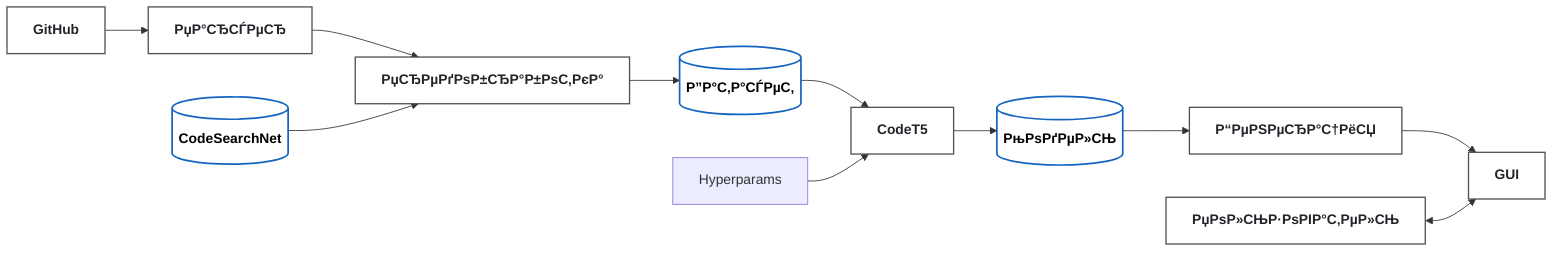
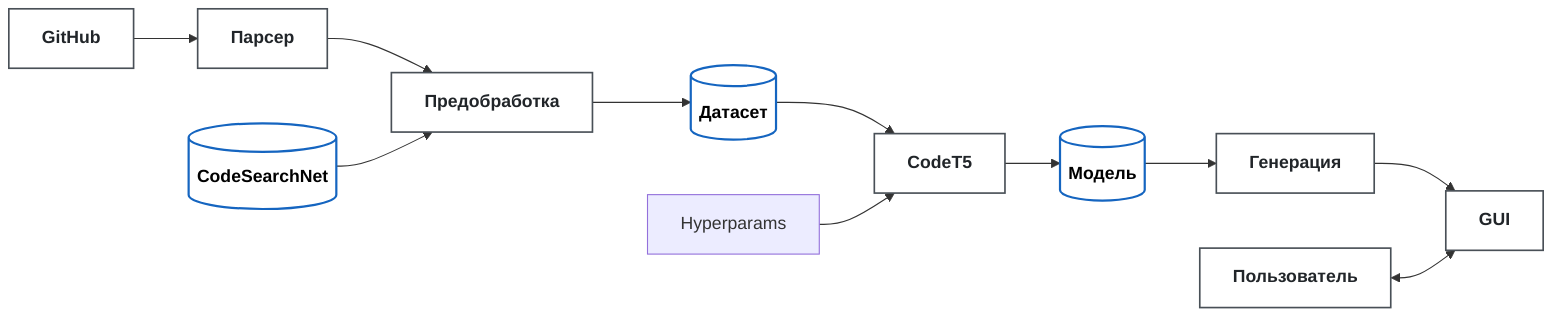
- ﻿%%{init: {'theme': 'default', 'themeVariables': { 'background': '#FFFFFF' }}}%%
+ %%{init: {'theme': 'default', 'themeVariables': { 'background': '#FFFFFF' }}}%%
flowchart LR
    A[GitHub]:::icon
-     B[РџР°СЂСЃРµСЂ]:::icon
-     D[РџСЂРµРґРѕР±СЂР°Р±РѕС‚РєР°]:::icon
+     B[Парсер]:::icon
+     D[Предобработка]:::icon
    F[CodeT5]:::icon
-     I[Р“РµРЅРµСЂР°С†РёСЏ]:::icon
+     I[Генерация]:::icon
    J[GUI]:::icon
-     K[РџРѕР»СЊР·РѕРІР°С‚РµР»СЊ]:::icon
+     K[Пользователь]:::icon

    C[(CodeSearchNet)]:::db
-     E[(Р”Р°С‚Р°СЃРµС‚)]:::db
-     H[(РњРѕРґРµР»СЊ)]:::db
+     E[(Датасет)]:::db
+     H[(Модель)]:::db

    A --> B
    B --> D
    C --> D
    D --> E
    E --> F
    G[Hyperparams] --> F
    F --> H
    H --> I
    I --> J
    K <--> J

    classDef db fill:#ffffff,stroke:#1565c0,stroke-width:2px,color:#000000,font-weight:bold;
    classDef icon fill:#ffffff,stroke:#495057,stroke-width:1.5px,color:#212529,font-weight:600;


    class C,E,H db
-     class A,B,D,F,I,J,K icon
+     class A,B,D,F,I,J,K icon